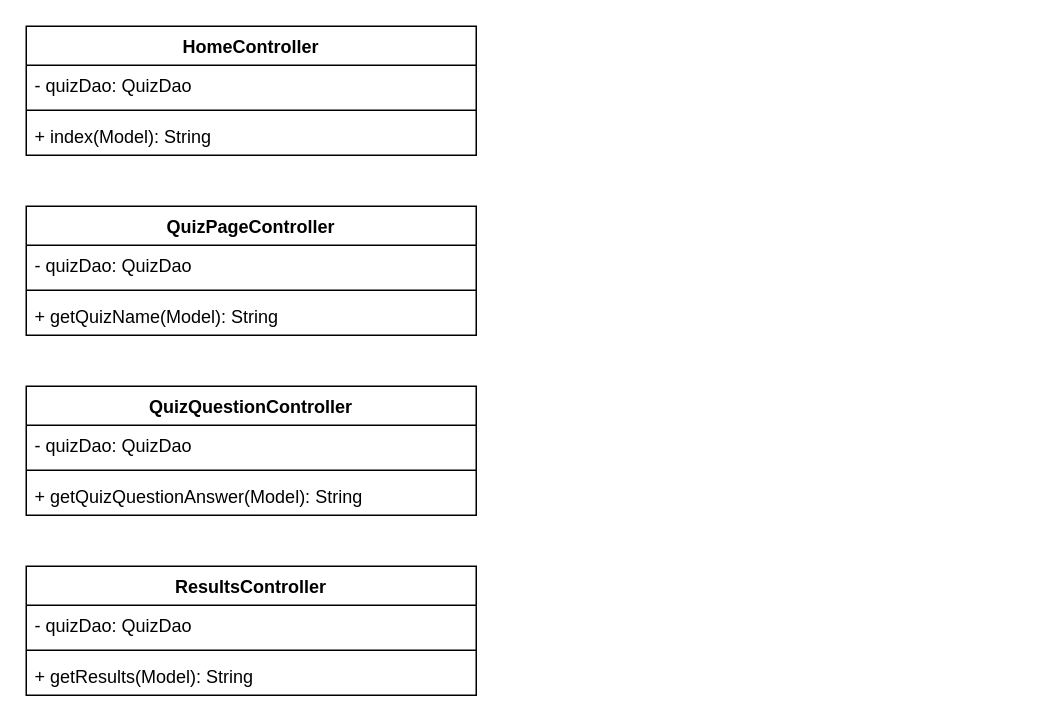
The draw.io diagram page "Controllers" (2 of 4) of diagrams/sprint2-project-diagram.drawio in full-stack-devs-learn/niantic-2024-sprint-2-team-3, before the edit. Source tidied: cells renumbered, new cells numbered last; positions are measured from the earlier drawing's top-left corner, leaving out a move shared by most shapes. Both pictures are drawn from the tidied source at 150%, with x=0, y=0 at pixel (26, 26).
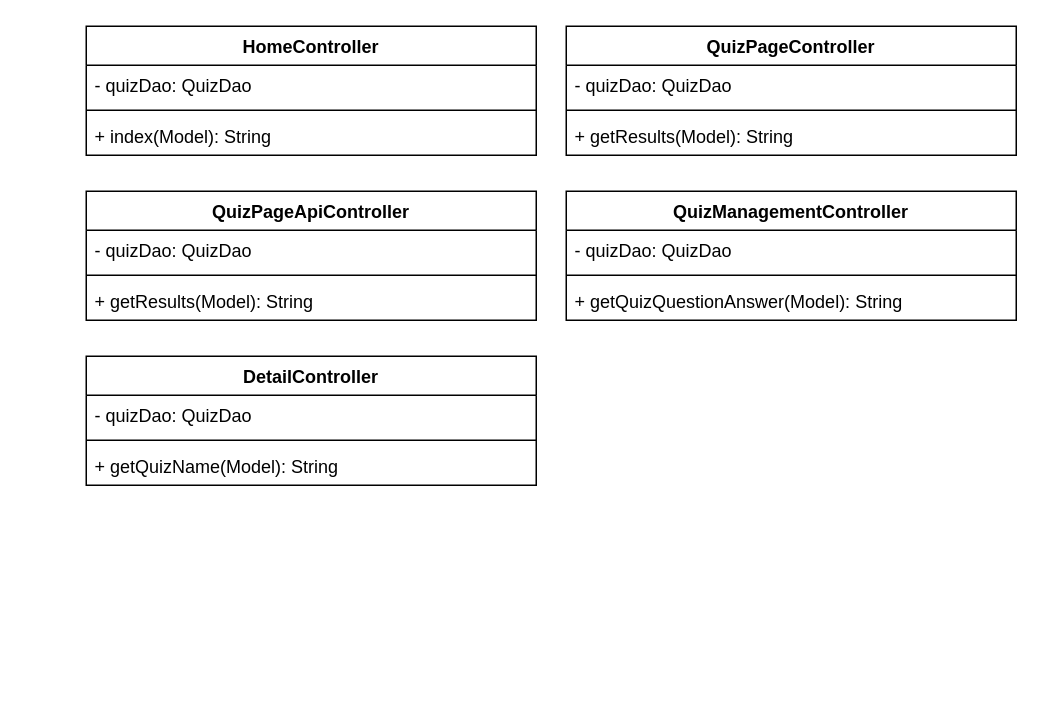
The same page after the edit.

What changed in the source:
```diff
@@
     <mxCell id="2" value="HomeController" style="swimlane;fontStyle=1;align=center;verticalAlign=top;horizontal=1;startSize=26;whiteSpace=wrap;html=1;" parent="1" vertex="1">
-      <mxGeometry width="300" height="86" as="geometry" />
+      <mxGeometry x="40" width="300" height="86" as="geometry" />
     </mxCell>
@@
-    <mxCell id="6" value="QuizPageController" style="swimlane;fontStyle=1;align=center;verticalAlign=top;horizontal=1;startSize=26;whiteSpace=wrap;html=1;" parent="1" vertex="1">
-      <mxGeometry y="120" width="300" height="86" as="geometry" />
+    <mxCell id="6" value="DetailController" style="swimlane;fontStyle=1;align=center;verticalAlign=top;horizontal=1;startSize=26;whiteSpace=wrap;html=1;" parent="1" vertex="1">
+      <mxGeometry x="40" y="220" width="300" height="86" as="geometry" />
     </mxCell>
@@
-    <mxCell id="10" value="QuizQuestionController" style="swimlane;fontStyle=1;align=center;verticalAlign=top;horizontal=1;startSize=26;whiteSpace=wrap;html=1;" parent="1" vertex="1">
-      <mxGeometry y="240" width="300" height="86" as="geometry" />
+    <mxCell id="10" value="QuizManagementController" style="swimlane;fontStyle=1;align=center;verticalAlign=top;horizontal=1;startSize=26;whiteSpace=wrap;html=1;" parent="1" vertex="1">
+      <mxGeometry x="360" y="110" width="300" height="86" as="geometry" />
     </mxCell>
@@
-    <mxCell id="14" value="ResultsController" style="swimlane;fontStyle=1;align=center;verticalAlign=top;horizontal=1;startSize=26;whiteSpace=wrap;html=1;" parent="1" vertex="1">
-      <mxGeometry y="360" width="300" height="86" as="geometry" />
+    <mxCell id="14" value="QuizPageApiController" style="swimlane;fontStyle=1;align=center;verticalAlign=top;horizontal=1;startSize=26;whiteSpace=wrap;html=1;" parent="1" vertex="1">
+      <mxGeometry x="40" y="110" width="300" height="86" as="geometry" />
     </mxCell>
@@
+    <mxCell id="18" value="QuizPageController" style="swimlane;fontStyle=1;align=center;verticalAlign=top;horizontal=1;startSize=26;whiteSpace=wrap;html=1;" parent="1" vertex="1">
+      <mxGeometry x="360" width="300" height="86" as="geometry" />
+    </mxCell>
+    <mxCell id="19" value="- quizDao: QuizDao" style="text;strokeColor=none;fillColor=none;align=left;verticalAlign=top;spacingLeft=4;spacingRight=4;overflow=hidden;whiteSpace=wrap;html=1;" parent="18" vertex="1">
+      <mxGeometry y="26" width="300" height="26" as="geometry" />
+    </mxCell>
+    <mxCell id="20" style="line;strokeWidth=1;fillColor=none;align=left;verticalAlign=middle;spacingTop=-1;spacingLeft=3;spacingRight=3;labelPosition=right;strokeColor=inherit;" parent="18" vertex="1">
+      <mxGeometry y="52" width="300" height="8" as="geometry" />
+    </mxCell>
+    <mxCell id="21" value="+ getResults(Model): String" style="text;strokeColor=none;fillColor=none;align=left;verticalAlign=top;spacingLeft=4;spacingRight=4;overflow=hidden;whiteSpace=wrap;html=1;" parent="18" vertex="1">
+      <mxGeometry y="60" width="300" height="26" as="geometry" />
+    </mxCell>
```
